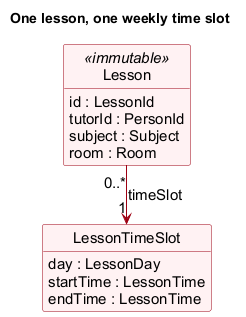
The PlantUML diagram docs/images/DomainLessonSchedule.png in AY2627S1-CS2103T-F13-3/tp, before a commit.
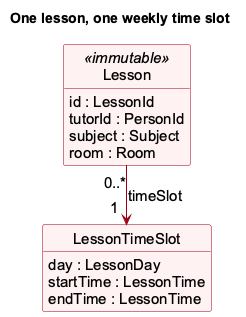
Above is the later version.

The edit, as a diff of the source:
```diff
@@ -25,5 +25,5 @@
   startTime : LessonTime
   endTime : LessonTime
 }
-Lesson "0..*" -down-> "1" LessonTimeSlot : timeSlot
+Lesson "0..*" -down-> "1<U+00A0><U+00A0>" LessonTimeSlot : timeSlot
 @enduml
```
